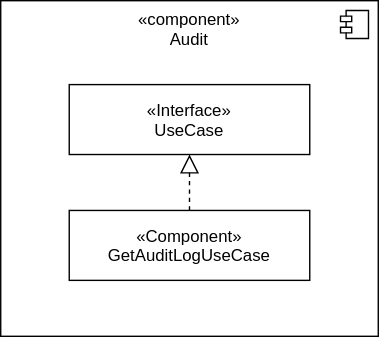
Earlier version of the draw.io export src/template_thesis/diagrams/audit_browser/audit_browser_usecases_audit_class_diagram.drawio.svg (HaniAlshikh/bachelor-thesis). Source tidied: cells renumbered, new cells last; positions are measured from the earlier drawing's top-left corner, leaving out a move shared by most shapes.
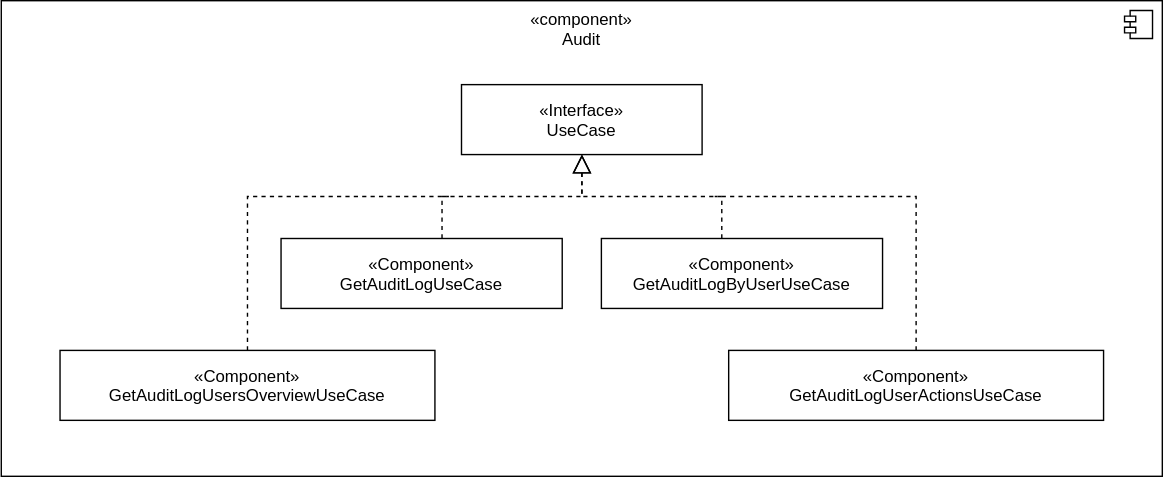
The same file after the commit.

Commit message:
Add missing audit browser use-cases (#37)

Change to the diagram source:
```diff
@@ -3,21 +3,59 @@
     <mxCell id="0" />
     <mxCell id="1" parent="0" />
     <mxCell id="2" value="«component»&#10;Audit&#10;" style="strokeWidth=1;align=center;verticalAlign=top;" parent="1" vertex="1">
-      <mxGeometry width="270" height="240" as="geometry" />
+      <mxGeometry x="-260" width="830" height="340" as="geometry" />
     </mxCell>
     <mxCell id="3" style="shape=module;jettyWidth=8;jettyHeight=4;strokeWidth=1;align=center;verticalAlign=middle;" parent="2" vertex="1">
       <mxGeometry x="1" width="20" height="20" relative="1" as="geometry">
         <mxPoint x="-27" y="7" as="offset" />
       </mxGeometry>
     </mxCell>
-    <mxCell id="4" style="edgeStyle=none;endArrow=block;endFill=0;endSize=11;rounded=0;dashed=1;" parent="1" edge="1" source="5" target="6">
-      <mxGeometry relative="1" as="geometry" />
+    <mxCell id="4" style="edgeStyle=orthogonalEdgeStyle;endArrow=block;endFill=0;endSize=11;rounded=0;dashed=1;" parent="1" edge="1" source="5" target="6">
+      <mxGeometry relative="1" as="geometry">
+        <Array as="points">
+          <mxPoint x="55" y="140" />
+          <mxPoint x="155" y="140" />
+        </Array>
+      </mxGeometry>
     </mxCell>
     <mxCell id="5" value="«Component»&#10;GetAuditLogUseCase" style="strokeWidth=1;" parent="1" vertex="1">
-      <mxGeometry x="49" y="150" width="172" height="50" as="geometry" />
+      <mxGeometry x="-60" y="170" width="201" height="50" as="geometry" />
     </mxCell>
     <mxCell id="6" value="«Interface»&#10;UseCase" style="strokeWidth=1;" parent="1" vertex="1">
-      <mxGeometry x="49" y="60" width="172" height="50" as="geometry" />
+      <mxGeometry x="69" y="60" width="172" height="50" as="geometry" />
     </mxCell>
+    <mxCell id="7" style="edgeStyle=orthogonalEdgeStyle;shape=connector;rounded=0;html=1;dashed=1;labelBackgroundColor=default;strokeColor=default;fontFamily=Helvetica;fontSize=11;fontColor=default;endArrow=block;endFill=0;endSize=11;" parent="1" edge="1" source="8" target="6">
+      <mxGeometry relative="1" as="geometry">
+        <Array as="points">
+          <mxPoint x="255" y="140" />
+          <mxPoint x="155" y="140" />
+        </Array>
+      </mxGeometry>
+    </mxCell>
+    <mxCell id="8" value="«Component»&#10;GetAuditLogByUserUseCase" style="strokeWidth=1;" parent="1" vertex="1">
+      <mxGeometry x="169" y="170" width="201" height="50" as="geometry" />
+    </mxCell>
+    <mxCell id="9" style="edgeStyle=orthogonalEdgeStyle;shape=connector;rounded=0;html=1;dashed=1;labelBackgroundColor=default;strokeColor=default;fontFamily=Helvetica;fontSize=11;fontColor=default;endArrow=none;endFill=0;endSize=11;" parent="1" edge="1" source="12">
+      <mxGeometry relative="1" as="geometry">
+        <mxPoint x="250" y="140" as="targetPoint" />
+        <Array as="points">
+          <mxPoint x="394" y="140" />
+        </Array>
+      </mxGeometry>
+    </mxCell>
+    <mxCell id="10" style="edgeStyle=orthogonalEdgeStyle;shape=connector;rounded=0;html=1;dashed=1;labelBackgroundColor=default;strokeColor=default;fontFamily=Helvetica;fontSize=11;fontColor=default;endArrow=none;endFill=0;endSize=11;" parent="1" edge="1" source="11">
+      <mxGeometry relative="1" as="geometry">
+        <mxPoint x="60" y="140" as="targetPoint" />
+        <Array as="points">
+          <mxPoint x="-84" y="140" />
+        </Array>
+      </mxGeometry>
+    </mxCell>
+    <mxCell id="11" value="«Component»&#10;GetAuditLogUsersOverviewUseCase" style="strokeWidth=1;" parent="1" vertex="1">
+      <mxGeometry x="-218" y="250" width="268" height="50" as="geometry" />
+    </mxCell>
+    <mxCell id="12" value="«Component»&#10;GetAuditLogUserActionsUseCase" style="strokeWidth=1;" parent="1" vertex="1">
+      <mxGeometry x="260" y="250" width="268" height="50" as="geometry" />
+    </mxCell>
   </root>
 </mxGraphModel>
```
